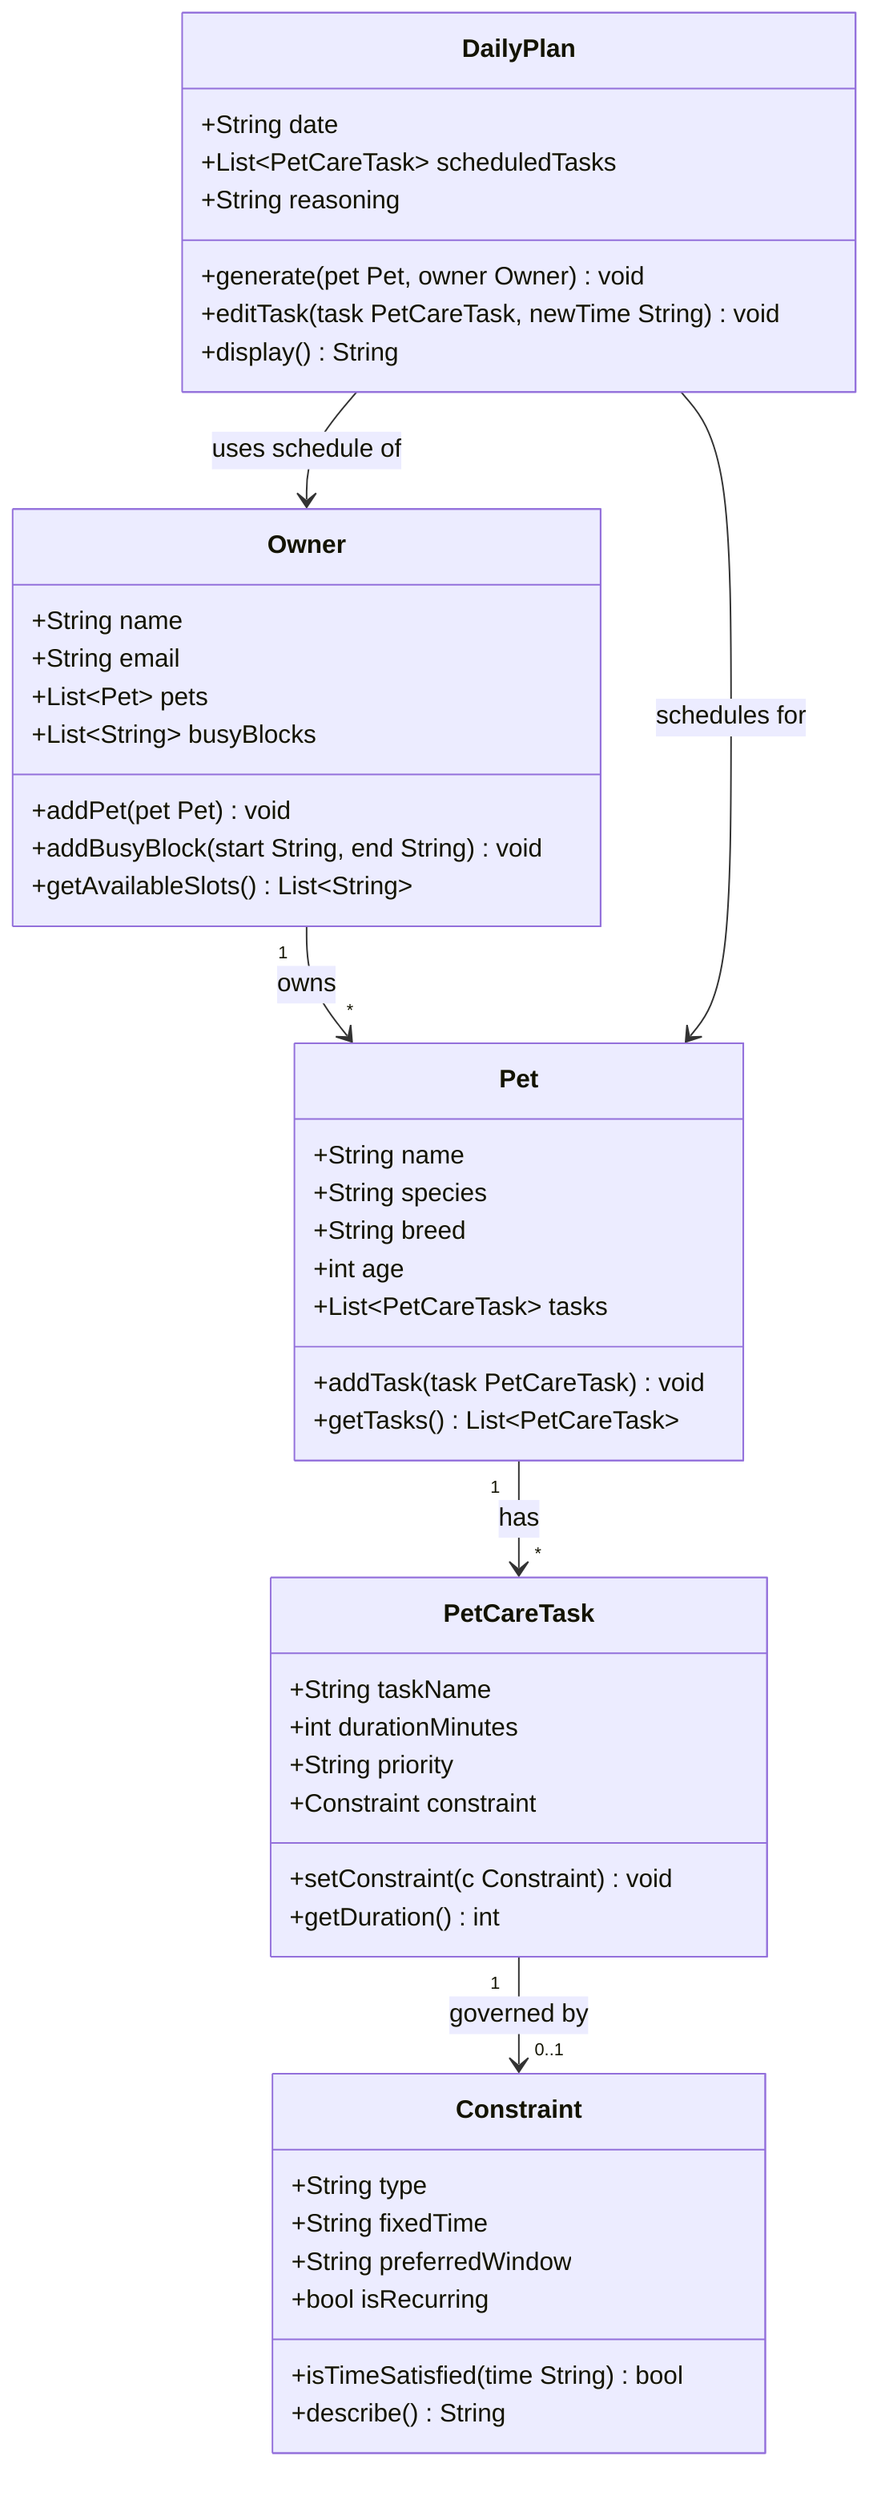
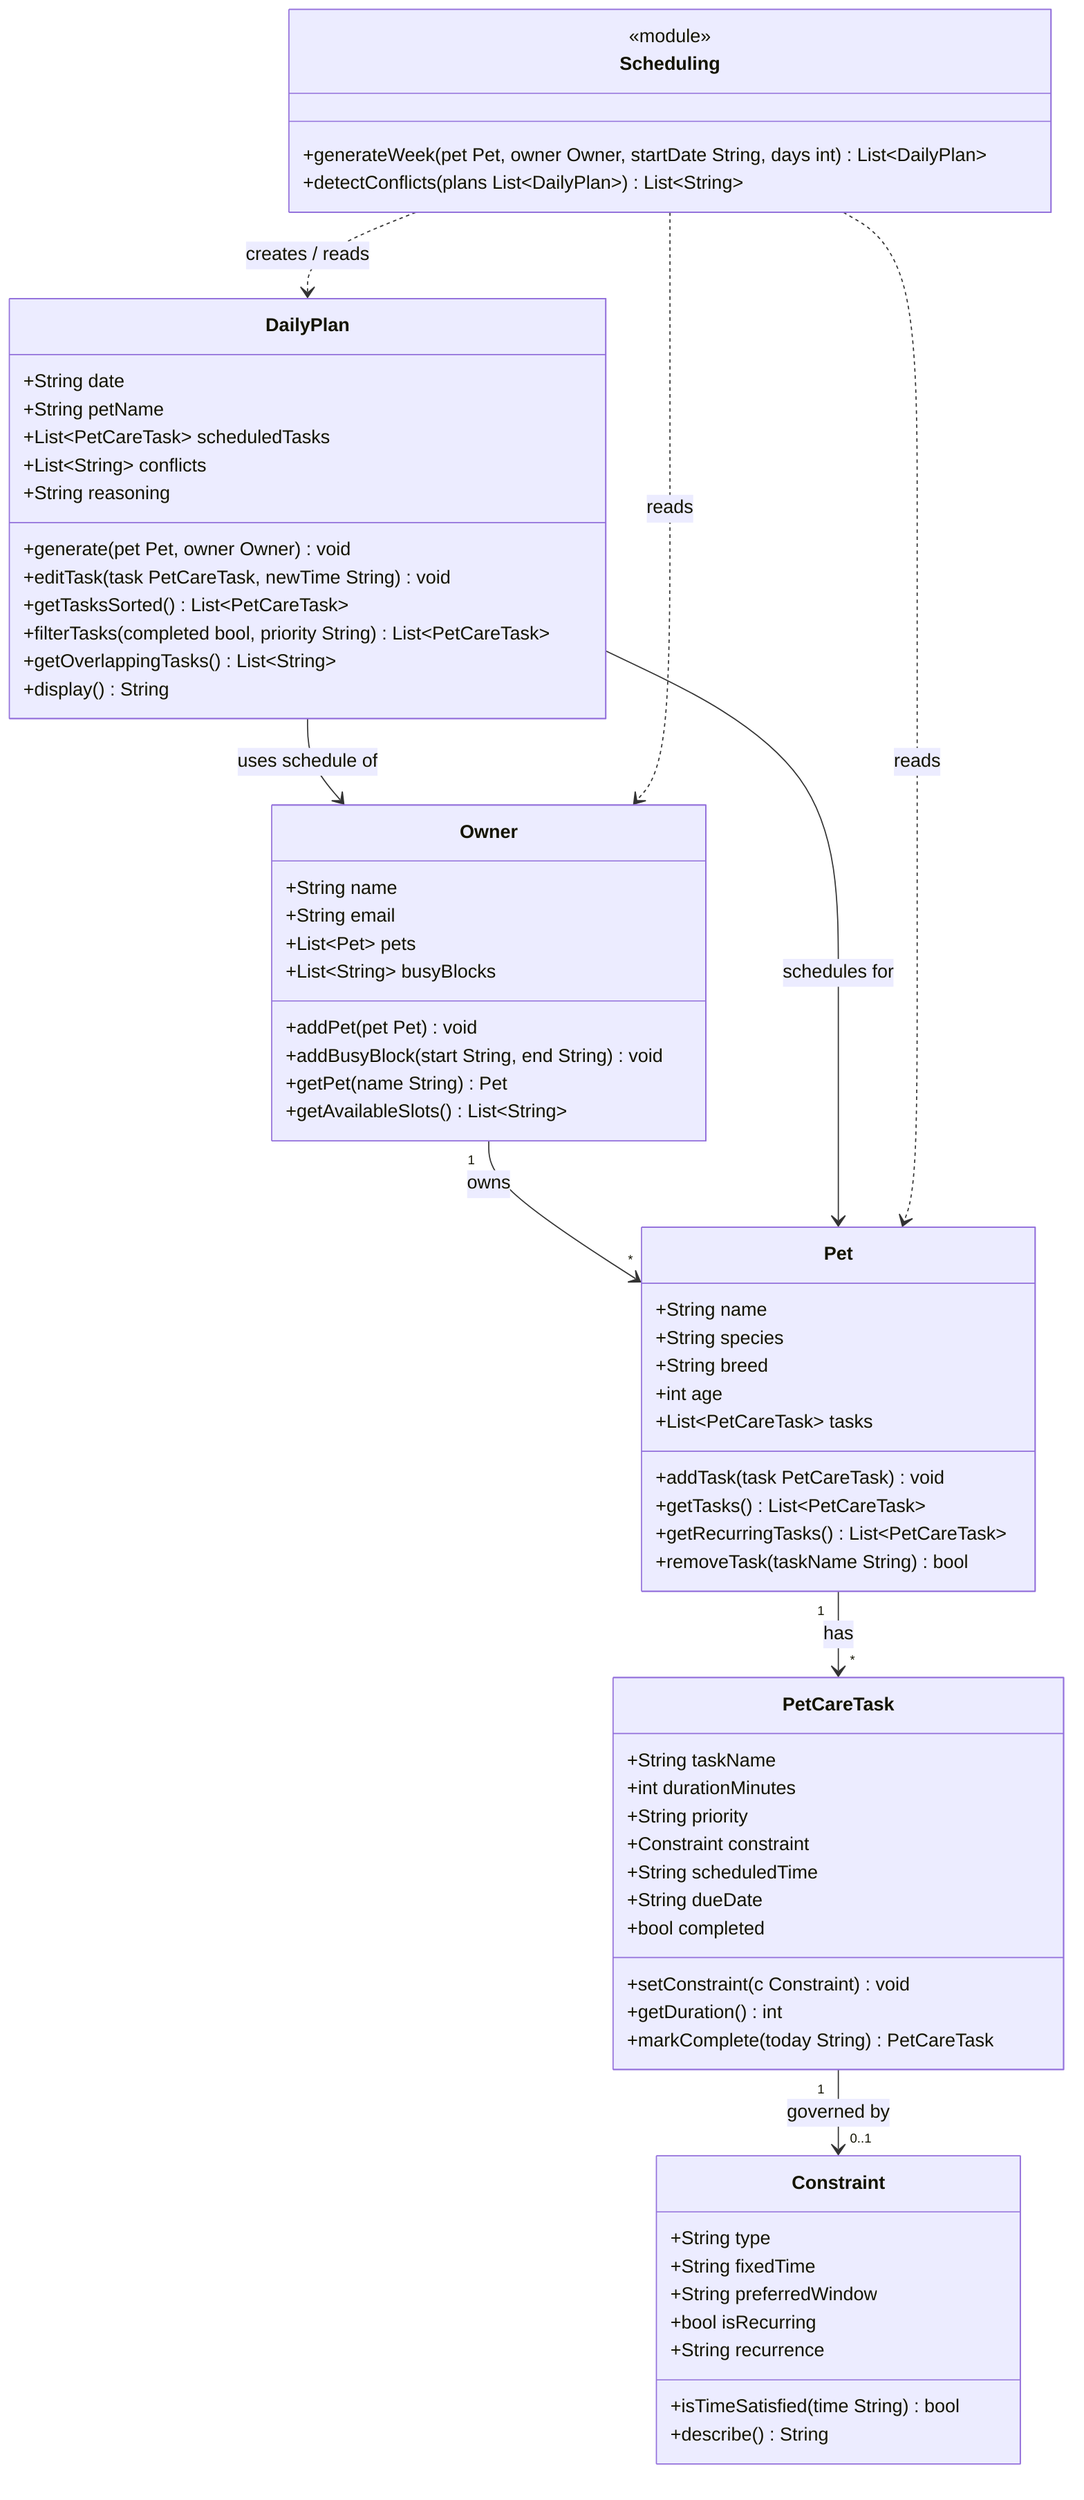
classDiagram
    class Owner {
        +String name
        +String email
        +List~Pet~ pets
        +List~String~ busyBlocks
        +addPet(pet Pet) void
        +addBusyBlock(start String, end String) void
+         +getPet(name String) Pet
        +getAvailableSlots() List~String~
    }

    class Pet {
        +String name
        +String species
        +String breed
        +int age
        +List~PetCareTask~ tasks
        +addTask(task PetCareTask) void
        +getTasks() List~PetCareTask~
+         +getRecurringTasks() List~PetCareTask~
+         +removeTask(taskName String) bool
    }

    class PetCareTask {
        +String taskName
        +int durationMinutes
        +String priority
        +Constraint constraint
+         +String scheduledTime
+         +String dueDate
+         +bool completed
        +setConstraint(c Constraint) void
        +getDuration() int
+         +markComplete(today String) PetCareTask
    }

    class Constraint {
        +String type
        +String fixedTime
        +String preferredWindow
        +bool isRecurring
+         +String recurrence
        +isTimeSatisfied(time String) bool
        +describe() String
    }

    class DailyPlan {
        +String date
+         +String petName
        +List~PetCareTask~ scheduledTasks
+         +List~String~ conflicts
        +String reasoning
        +generate(pet Pet, owner Owner) void
        +editTask(task PetCareTask, newTime String) void
+         +getTasksSorted() List~PetCareTask~
+         +filterTasks(completed bool, priority String) List~PetCareTask~
+         +getOverlappingTasks() List~String~
        +display() String
+     }
+ 
+     class Scheduling {
+         <<module>>
+         +generateWeek(pet Pet, owner Owner, startDate String, days int) List~DailyPlan~
+         +detectConflicts(plans List~DailyPlan~) List~String~
    }

    Owner "1" --> "*" Pet : owns
    Pet "1" --> "*" PetCareTask : has
    PetCareTask "1" --> "0..1" Constraint : governed by
    DailyPlan --> Owner : uses schedule of
    DailyPlan --> Pet : schedules for
+     Scheduling ..> DailyPlan : creates / reads
+     Scheduling ..> Pet : reads
+     Scheduling ..> Owner : reads
